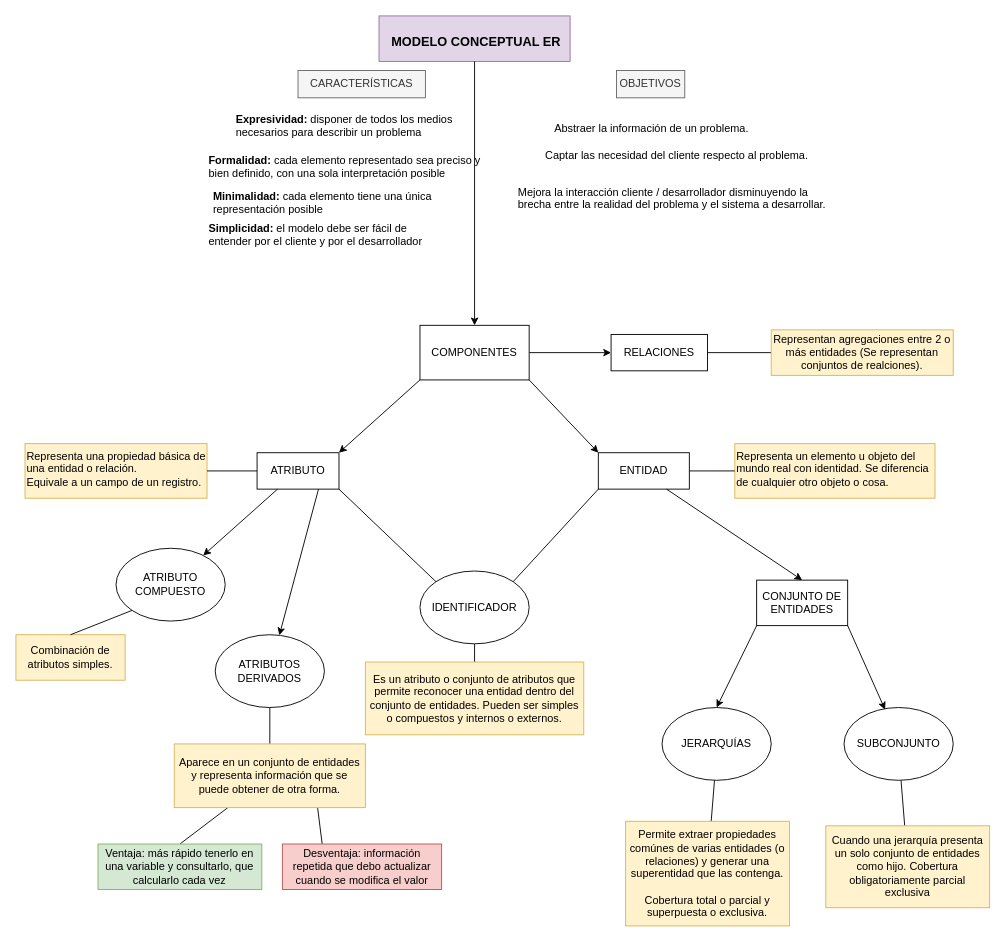
Before: page "Modelo ER - Conceptual" (3 of 4) of Diagrama-resumen.drawio in senras/DBD, a draw.io diagram. Source tidied: cells renumbered, new cells numbered last; positions are measured from the earlier drawing's top-left corner, leaving out a move shared by most shapes. Both pictures are drawn from the tidied source at 91%, with x=0, y=0 at pixel (15, 15).
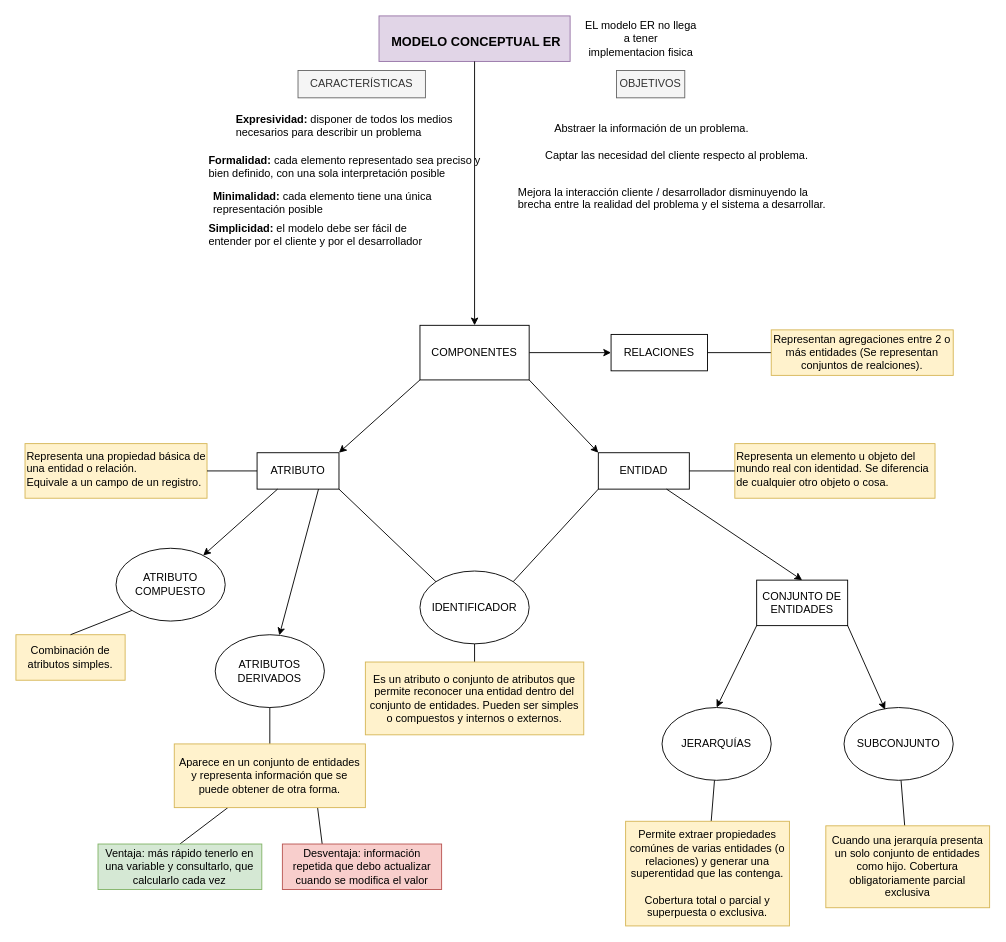
After the change.

Diff of the diagram source:
```diff
@@
+    <mxCell id="53" value="EL modelo ER no llega a tener implementacion fisica" style="text;html=1;strokeColor=none;fillColor=none;align=center;verticalAlign=middle;whiteSpace=wrap;rounded=0;" parent="1" vertex="1">
+      <mxGeometry x="624" y="10" width="126" height="30" as="geometry" />
+    </mxCell>
```
